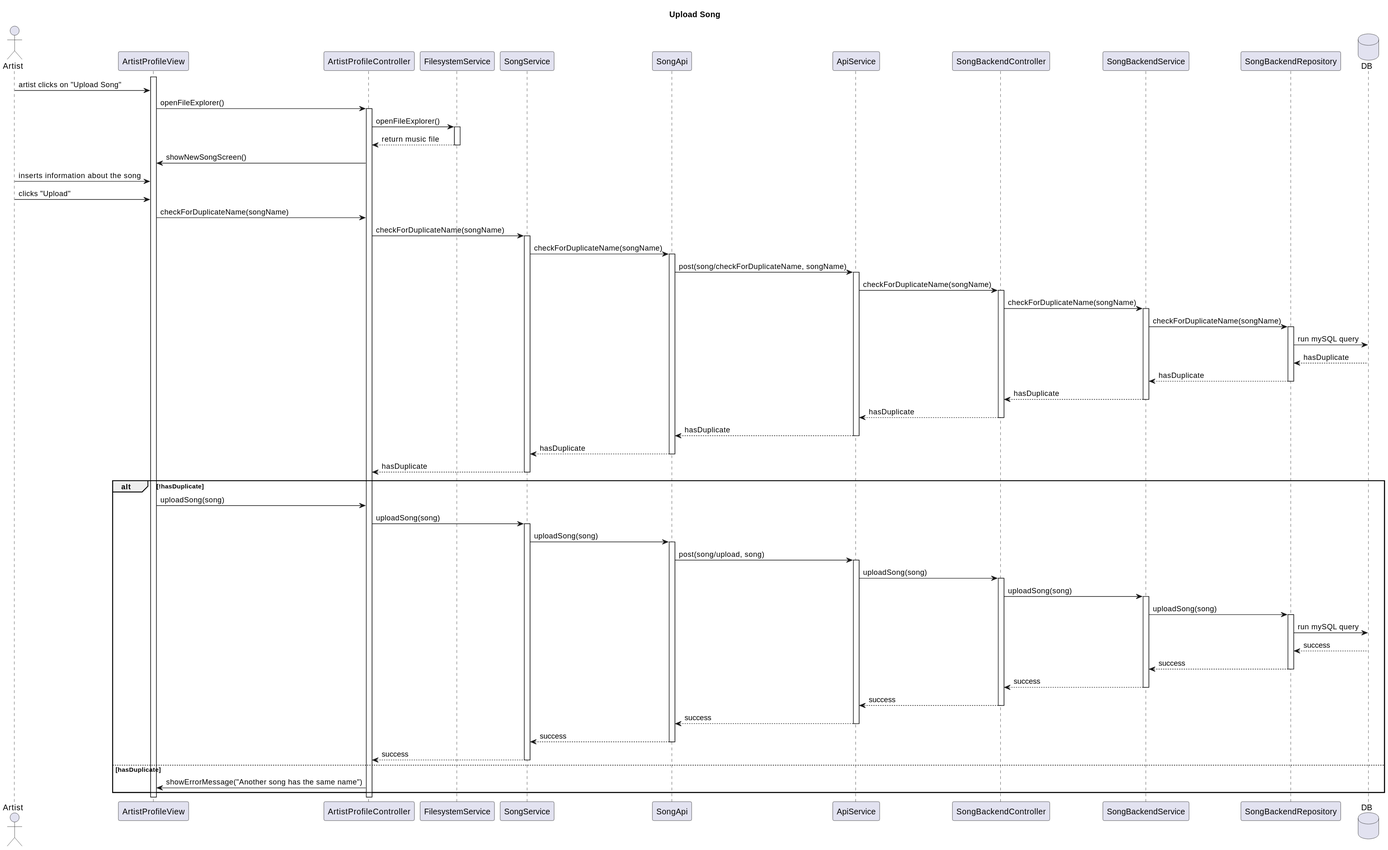
Earlier version of the PlantUML export Paradoteo_4/SequenceDiagrams-v0.3/UplaodSong.svg (RubenKingCP/Tunix).
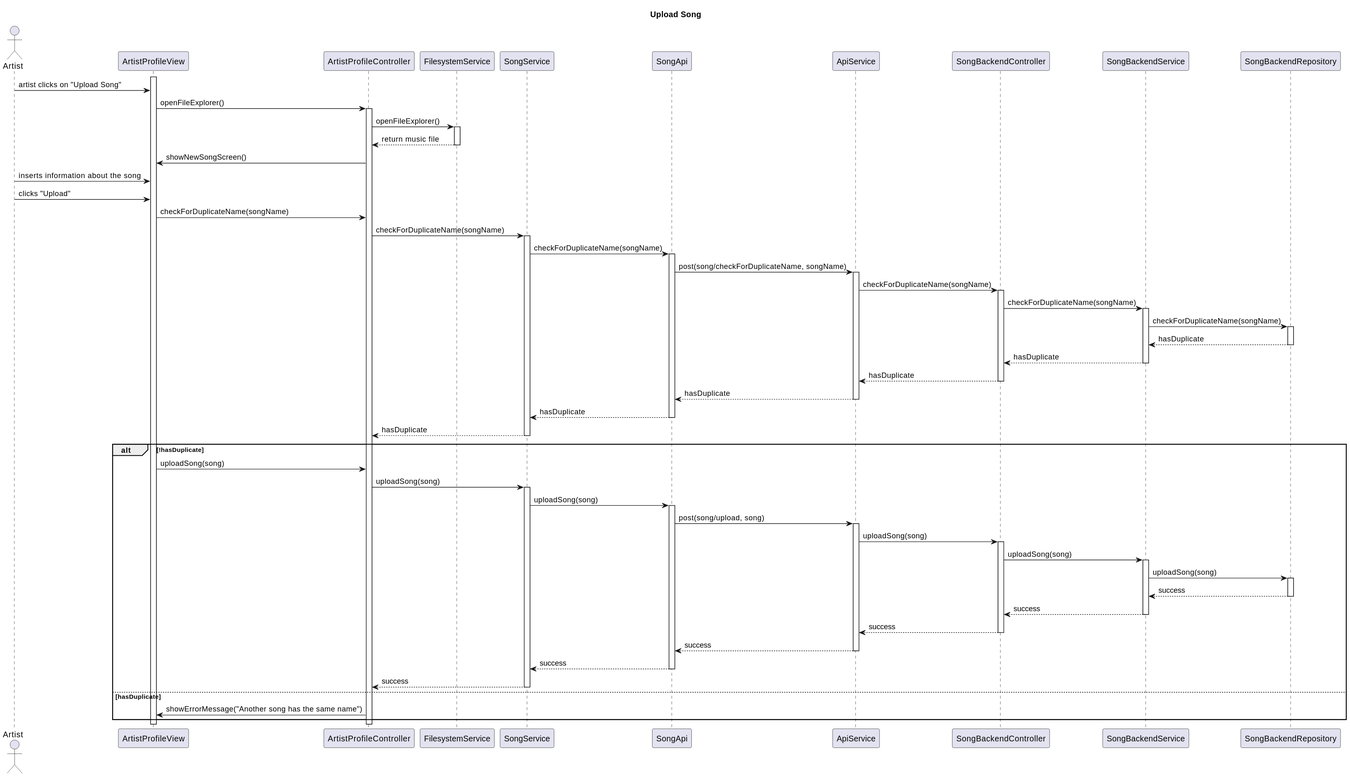
Above is the later version.

What changed in the source:
```diff
@@ -13,7 +13,6 @@
 participant SongBackendService
 participant SongBackendRepository
 
-database DB
 
 activate ArtistProfileView
 Artist -> ArtistProfileView : artist clicks on "Upload Song"
@@ -39,8 +38,6 @@
 activate SongBackendService
 SongBackendService -> SongBackendRepository : checkForDuplicateName(songName)
 activate SongBackendRepository
-SongBackendRepository -> DB : run mySQL query
-DB --> SongBackendRepository : hasDuplicate
 SongBackendRepository --> SongBackendService : hasDuplicate
 deactivate SongBackendRepository
 SongBackendService --> SongBackendController : hasDuplicate
@@ -67,8 +64,6 @@
 activate SongBackendService
 SongBackendService -> SongBackendRepository : uploadSong(song)
 activate SongBackendRepository
-SongBackendRepository -> DB : run mySQL query
-DB --> SongBackendRepository : success
 SongBackendRepository --> SongBackendService : success
 deactivate SongBackendRepository
 SongBackendService --> SongBackendController : success
```
